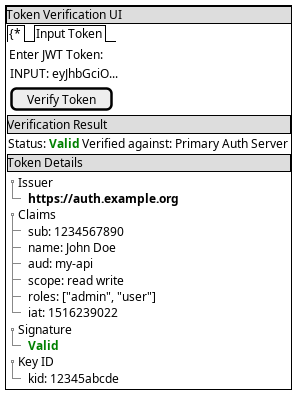
The PlantUML diagram doc/plantuml/token-verification-ui.png in cuioss/nifi-extensions, before a commit. Its source is kept beside it as doc/plantuml/token-verification-ui.puml.
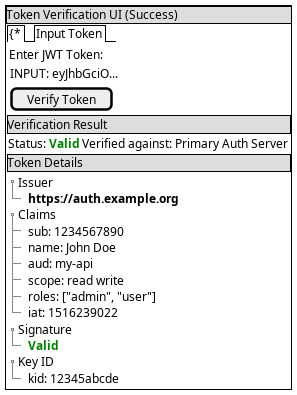
The same file after the commit.

Diff of the diagram source:
```diff
@@ -1,6 +1,6 @@
 @startsalt
 {+
-  {* Token Verification UI}
+  {* Token Verification UI (Success)}
   {
     {/
       {* Input Token}
```
